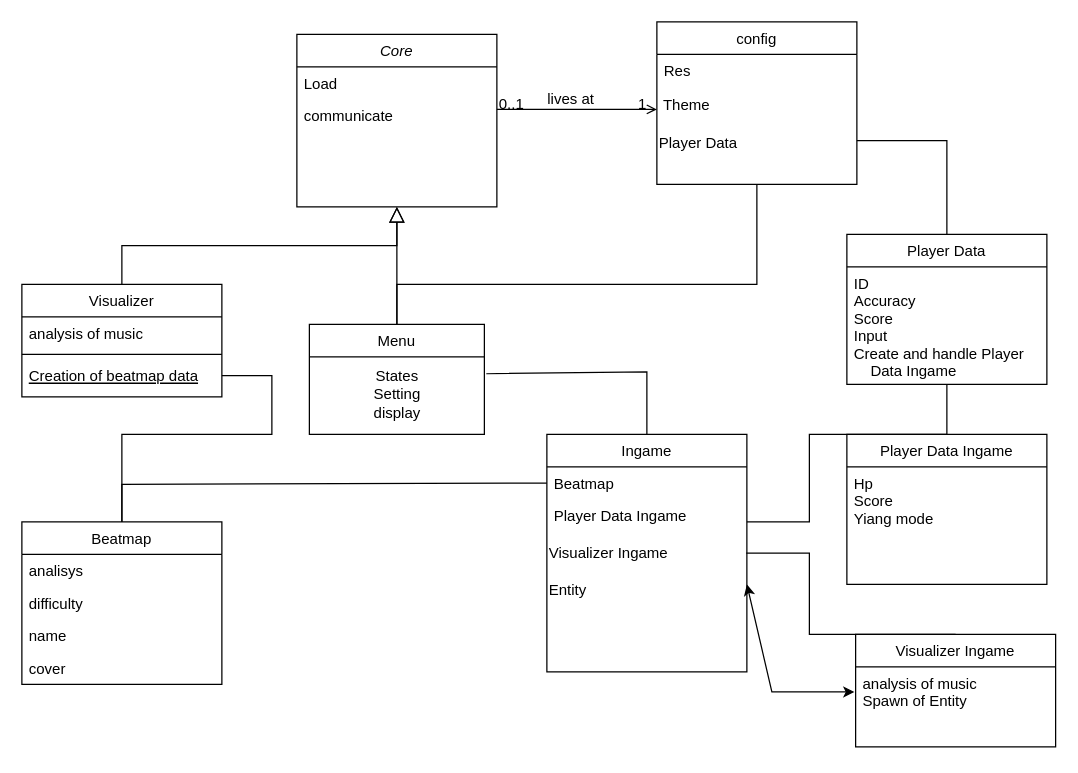
Earlier version of the draw.io diagram Diagramme sans nom.drawio (KyotoVania/RythmGameSfmlCpp). Source tidied: cells renumbered, new cells numbered last; positions are measured from the earlier drawing's top-left corner, leaving out a move shared by most shapes. Both pictures are drawn from the tidied source at 125%, with x=0, y=0 at pixel (21, 21).
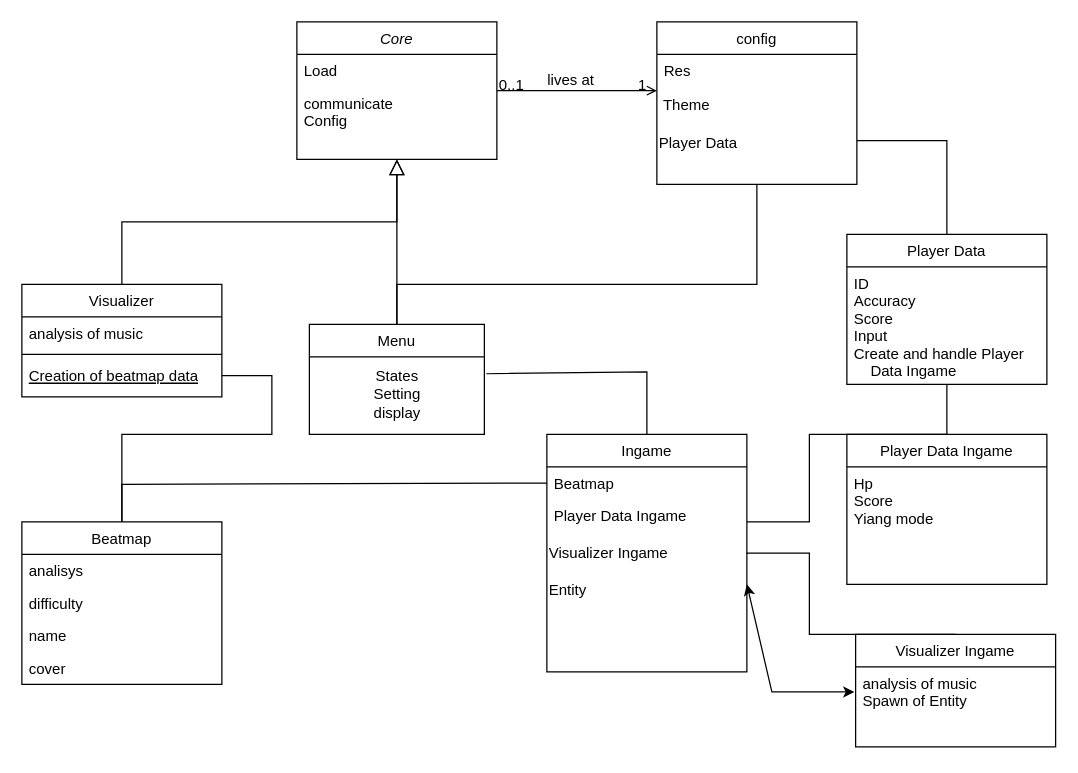
Above is the later version.

Diff of the diagram source:
```diff
@@
     <mxCell id="2" value="Core" style="swimlane;fontStyle=2;align=center;verticalAlign=top;horizontal=1;startSize=26;rounded=0;shadow=0;strokeWidth=1;" parent="1" vertex="1">
-      <mxGeometry x="220" y="10" width="160" height="138" as="geometry" />
+      <mxGeometry x="220" width="160" height="110" as="geometry" />
     </mxCell>
@@
-    <mxCell id="4" value="communicate" style="text;align=left;verticalAlign=top;spacingLeft=4;spacingRight=4;overflow=hidden;" parent="2" vertex="1">
-      <mxGeometry y="52" width="160" height="26" as="geometry" />
+    <mxCell id="4" value="communicate&#10;Config&#10;" style="text;align=left;verticalAlign=top;spacingLeft=4;spacingRight=4;overflow=hidden;" parent="2" vertex="1">
+      <mxGeometry y="52" width="160" height="58" as="geometry" />
     </mxCell>
```
